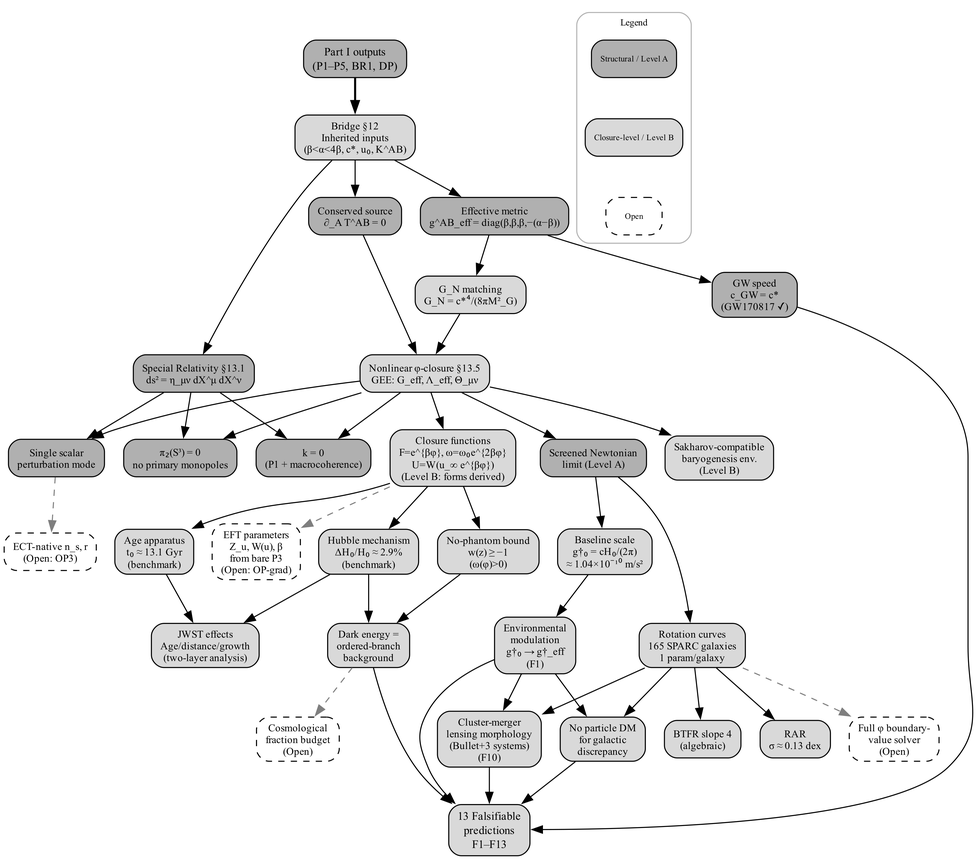
The Graphviz diagram figures/fig_partII_derivation_logic.png in chufelo/ECT-preprint-code, before a commit. Its source is kept beside it as fig_partII_derivation_logic.gv.
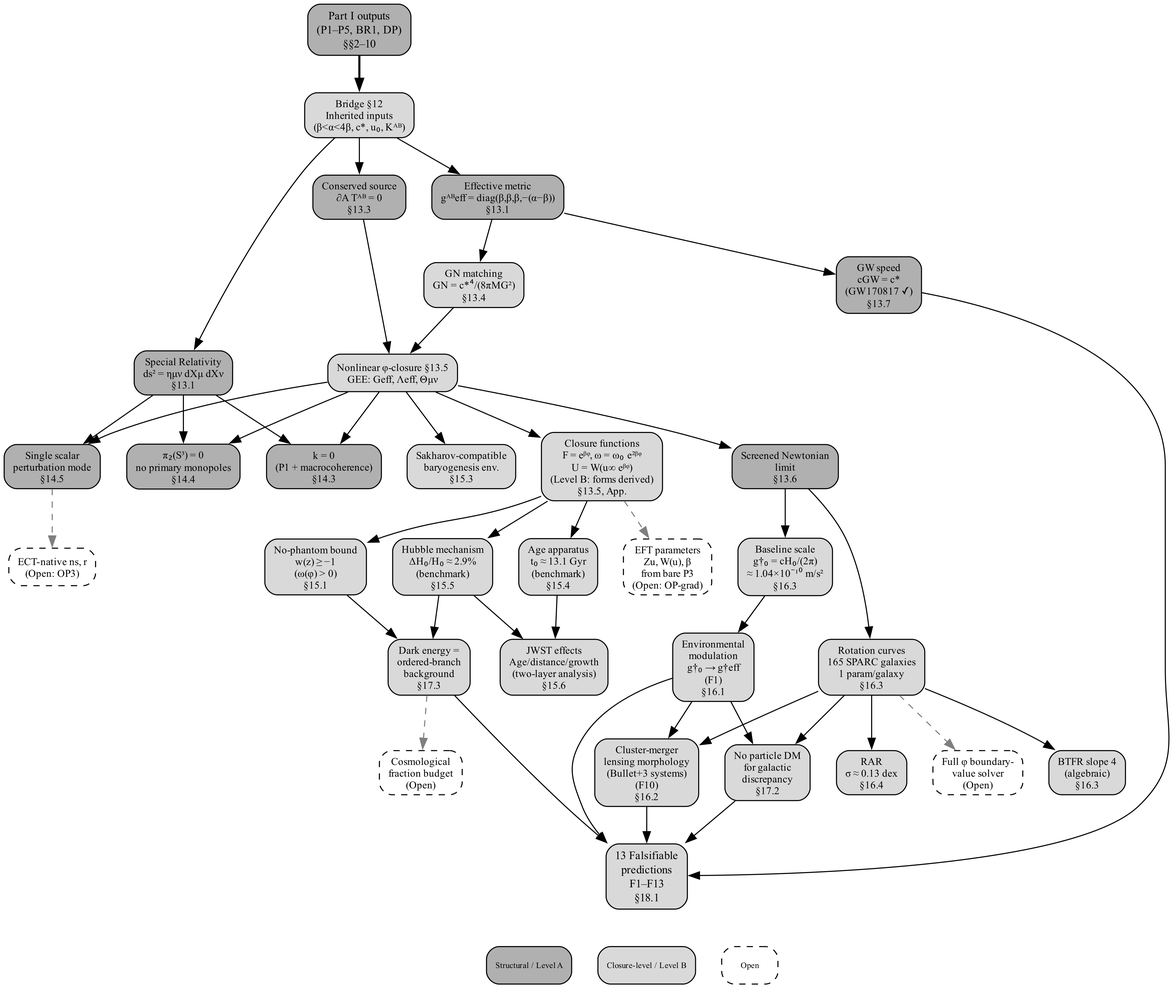
After the commit.

Commit message:
Fix both derivation logic figures: legend, sections, Unicode symbols

Diff of the diagram source:
```diff
@@ -3,41 +3,45 @@
   fontname="Times-Roman";
   node [fontname="Times-Roman", fontsize=10, shape=box, style="rounded,filled", margin="0.12,0.06"];
   edge [fontname="Times-Roman", fontsize=8];
+  splines=true;
+  nodesep=0.35;
+  ranksep=0.50;
+  newrank=true;
 
   node [fillcolor="#b0b0b0"];
-  partI [label="Part I outputs\n(P1–P5, BR1, DP)", fontsize=11];
-  sr [label="Special Relativity §13.1\nds² = η_μν dX^μ dX^ν"];
-  metric [label="Effective metric\ng^AB_eff = diag(β,β,β,−(α−β))"];
-  source [label="Conserved source\n∂_A T^AB = 0"];
-  cgw [label="GW speed\nc_GW = c*\n(GW170817 ✓)"];
-  weakfield [label="Screened Newtonian\nlimit (Level A)"];
-  flatness [label="k = 0\n(P1 + macrocoherence)"];
-  monopole [label="π₂(S³) = 0\nno primary monopoles"];
-  scalar_mode [label="Single scalar\nperturbation mode"];
+  partI [label="Part I outputs\n(P1–P5, BR1, DP)\n§§2–10", fontsize=11];
+  sr [label="Special Relativity\nds² = ημν dXμ dXν\n§13.1"];
+  metric [label="Effective metric\ngᴬᴮeff = diag(β,β,β,−(α−β))\n§13.1"];
+  source [label="Conserved source\n∂A Tᴬᴮ = 0\n§13.3"];
+  cgw [label="GW speed\ncGW = c*\n(GW170817 ✓)\n§13.7"];
+  weakfield [label="Screened Newtonian\nlimit\n§13.6"];
+  flatness [label="k = 0\n(P1 + macrocoherence)\n§14.3"];
+  monopole [label="π₂(S³) = 0\nno primary monopoles\n§14.4"];
+  scalar_mode [label="Single scalar\nperturbation mode\n§14.5"];
 
   node [fillcolor="#d9d9d9"];
-  bridge [label="Bridge §12\nInherited inputs\n(β<α<4β, c*, u₀, K^AB)"];
-  GN [label="G_N matching\nG_N = c*⁴/(8πM²_G)"];
-  closure [label="Nonlinear φ-closure §13.5\nGEE: G_eff, Λ_eff, Θ_μν"];
-  closure_funcs [label="Closure functions\nF=e^{βφ}, ω=ω₀e^{2βφ}\nU=W(u_∞ e^{βφ})\n(Level B: forms derived)"];
-  nophantom [label="No-phantom bound\nw(z) ≥ −1\n(ω(φ)>0)"];
-  hubble [label="Hubble mechanism\nΔH₀/H₀ ≈ 2.9%\n(benchmark)"];
-  jwst [label="JWST effects\nAge/distance/growth\n(two-layer analysis)"];
-  age [label="Age apparatus\nt₀ ≈ 13.1 Gyr\n(benchmark)"];
-  baryogenesis [label="Sakharov-compatible\nbaryogenesis env.\n(Level B)"];
-  rotcurves [label="Rotation curves\n165 SPARC galaxies\n1 param/galaxy"];
-  btfr [label="BTFR slope 4\n(algebraic)"];
-  rar [label="RAR\nσ ≈ 0.13 dex"];
-  gdagger [label="Baseline scale\ng†₀ = cH₀/(2π)\n≈ 1.04×10⁻¹⁰ m/s²"];
-  envmod [label="Environmental\nmodulation\ng†₀ → g†_eff\n(F1)"];
-  cluster [label="Cluster-merger\nlensing morphology\n(Bullet+3 systems)\n(F10)"];
-  darkDM [label="No particle DM\nfor galactic\ndiscrepancy"];
-  darkDE [label="Dark energy =\nordered-branch\nbackground"];
-  tests [label="13 Falsifiable\npredictions\nF1–F13", fontsize=11];
+  bridge [label="Bridge §12\nInherited inputs\n(β<α<4β, c*, u₀, Kᴬᴮ)"];
+  GN [label="GN matching\nGN = c*⁴/(8πMG²)\n§13.4"];
+  closure [label="Nonlinear φ-closure §13.5\nGEE: Geff, Λeff, Θμν"];
+  closure_funcs [label="Closure functions\nF = eᵝᵠ, ω = ω₀ e²ᵝᵠ\nU = W(u∞ eᵝᵠ)\n(Level B: forms derived)\n§13.5, App."];
+  nophantom [label="No-phantom bound\nw(z) ≥ −1\n(ω(φ) > 0)\n§15.1"];
+  hubble [label="Hubble mechanism\nΔH₀/H₀ ≈ 2.9%\n(benchmark)\n§15.5"];
+  jwst [label="JWST effects\nAge/distance/growth\n(two-layer analysis)\n§15.6"];
+  age [label="Age apparatus\nt₀ ≈ 13.1 Gyr\n(benchmark)\n§15.4"];
+  baryogenesis [label="Sakharov-compatible\nbaryogenesis env.\n§15.3"];
+  rotcurves [label="Rotation curves\n165 SPARC galaxies\n1 param/galaxy\n§16.3"];
+  btfr [label="BTFR slope 4\n(algebraic)\n§16.3"];
+  rar [label="RAR\nσ ≈ 0.13 dex\n§16.4"];
+  gdagger [label="Baseline scale\ng†₀ = cH₀/(2π)\n≈ 1.04×10⁻¹⁰ m/s²\n§16.3"];
+  envmod [label="Environmental\nmodulation\ng†₀ → g†eff\n(F1)\n§16.1"];
+  cluster [label="Cluster-merger\nlensing morphology\n(Bullet+3 systems)\n(F10)\n§16.2"];
+  darkDM [label="No particle DM\nfor galactic\ndiscrepancy\n§17.2"];
+  darkDE [label="Dark energy =\nordered-branch\nbackground\n§17.3"];
+  tests [label="13 Falsifiable\npredictions\nF1–F13\n§18.1", fontsize=11];
 
   node [fillcolor="white", style="rounded,dashed"];
-  open_eft [label="EFT parameters\nZ_u, W(u), β\nfrom bare P3\n(Open: OP-grad)"];
-  open_ns [label="ECT-native n_s, r\n(Open: OP3)"];
+  open_eft [label="EFT parameters\nZu, W(u), β\nfrom bare P3\n(Open: OP-grad)"];
+  open_ns [label="ECT-native ns, r\n(Open: OP3)"];
   open_fractions [label="Cosmological\nfraction budget\n(Open)"];
   open_phi_bvp [label="Full φ boundary-\nvalue solver\n(Open)"];
 
@@ -45,51 +49,42 @@
   bridge -> sr;
   bridge -> metric;
   bridge -> source;
-
   metric -> GN;
   metric -> cgw;
   {GN; source} -> closure;
   closure -> closure_funcs;
   closure -> weakfield;
-
   weakfield -> rotcurves;
-
   {sr; closure} -> flatness;
   {sr; closure} -> monopole;
   {sr; closure} -> scalar_mode;
-
   closure_funcs -> nophantom;
   closure_funcs -> hubble;
   closure_funcs -> age;
   {hubble; age} -> jwst;
   closure -> baryogenesis;
-
   rotcurves -> btfr;
   rotcurves -> rar;
   weakfield -> gdagger;
   gdagger -> envmod;
   {rotcurves; envmod} -> cluster;
-
   {rotcurves; envmod} -> darkDM;
   {nophantom; hubble} -> darkDE;
-
   {darkDM; darkDE; envmod; cluster; cgw} -> tests;
-
   closure_funcs -> open_eft [style=dashed, color=gray50];
   scalar_mode -> open_ns [style=dashed, color=gray50];
   darkDE -> open_fractions [style=dashed, color=gray50];
   rotcurves -> open_phi_bvp [style=dashed, color=gray50];
 
   subgraph cluster_legend {
-    label="Legend";
-    fontsize=9;
-    style=rounded;
-    color=gray70;
-    margin="8";
-    leg_a [label="Structural / Level A", fillcolor="#b0b0b0", style="rounded,filled", fontsize=8];
-    leg_b [label="Closure-level / Level B", fillcolor="#d9d9d9", style="rounded,filled", fontsize=8];
-    leg_o [label="Open", fillcolor="white", style="rounded,dashed", fontsize=8];
-    leg_a -> leg_b [style=invis];
-    leg_b -> leg_o [style=invis];
+    label="";
+    style=invis;
+    rank=sink;
+    leg_a [label="Structural / Level A", fillcolor="#b0b0b0", style="rounded,filled", fontsize=8, shape=box];
+    leg_b [label="Closure-level / Level B", fillcolor="#d9d9d9", style="rounded,filled", fontsize=8, shape=box];
+    leg_o [label="Open", fillcolor="white", style="rounded,dashed", fontsize=8, shape=box];
+    leg_a -> leg_b -> leg_o [style=invis];
+    {rank=same; leg_a; leg_b; leg_o}
   }
+  tests -> leg_b [style=invis];
 }
```
